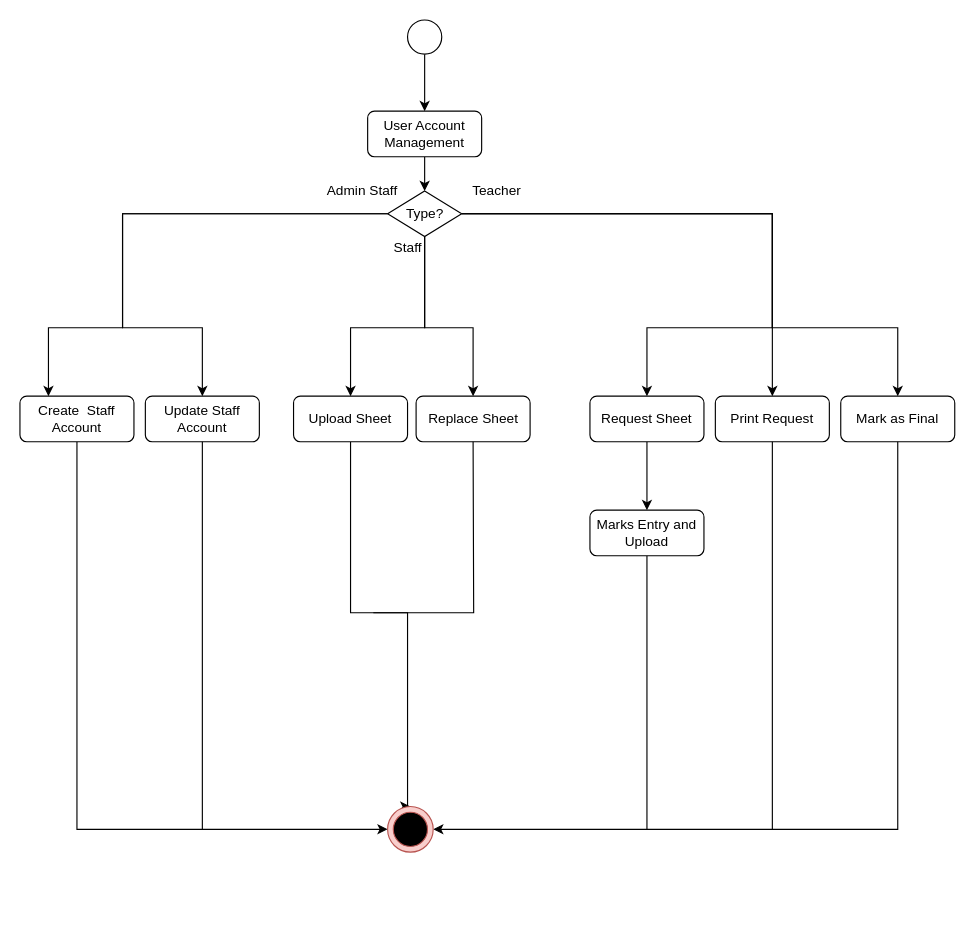
Earlier version of the draw.io diagram page "Activity-1" (1 of 2) of Untitled Diagram.drawio (Tahsinoshin/test). Source tidied: cells renumbered, new cells numbered last; positions are measured from the earlier drawing's top-left corner, leaving out a move shared by most shapes. Both pictures are drawn from the tidied source at 114%, with x=0, y=0 at pixel (19, 19).
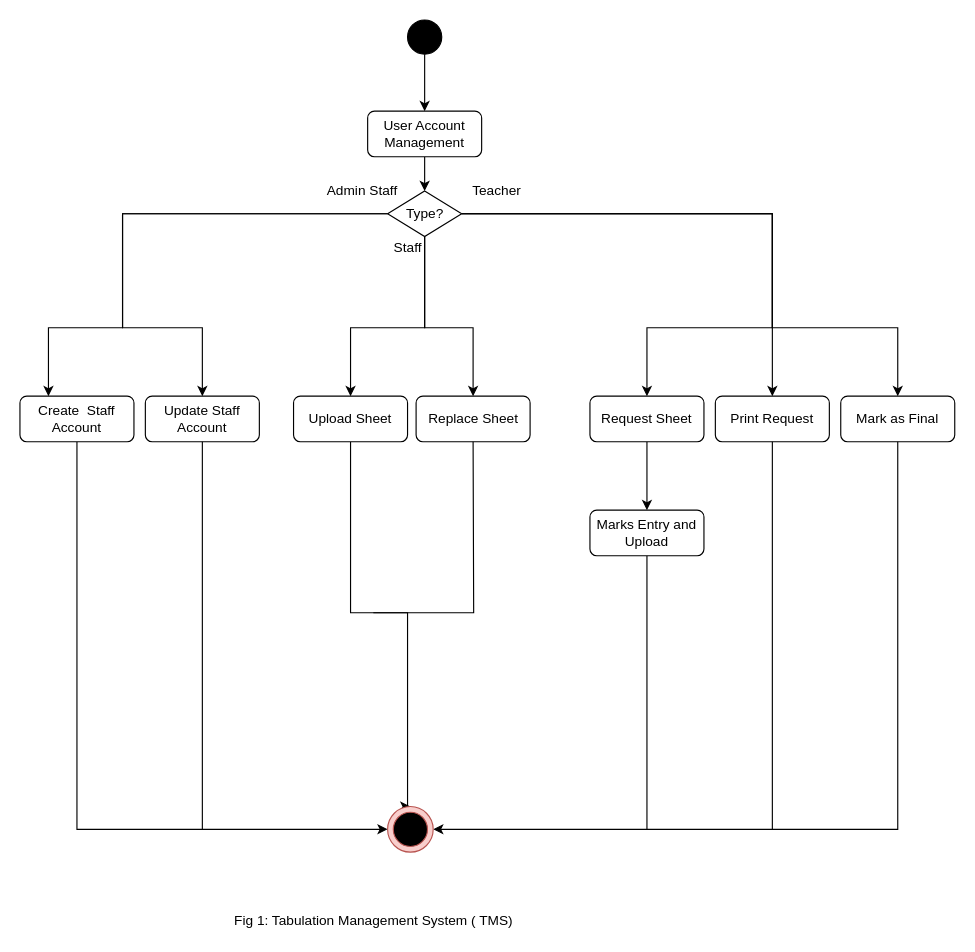
The same page after the edit.

Diff of the diagram source:
```diff
@@
-    <mxCell id="3" style="ellipse;whiteSpace=wrap;html=1;" parent="1" vertex="1">
+    <mxCell id="3" style="ellipse;whiteSpace=wrap;html=1;fillColor=#000000;" parent="1" vertex="1">
       <mxGeometry x="340" width="30" height="30" as="geometry" />
     </mxCell>
@@
+    <mxCell id="35" value="Fig 1: Tabulation Management System ( TMS) " style="text;html=1;align=center;verticalAlign=middle;strokeColor=none;fillColor=none;" parent="1" vertex="1">
+      <mxGeometry x="180" y="780" width="260" height="20" as="geometry" />
+    </mxCell>
```
